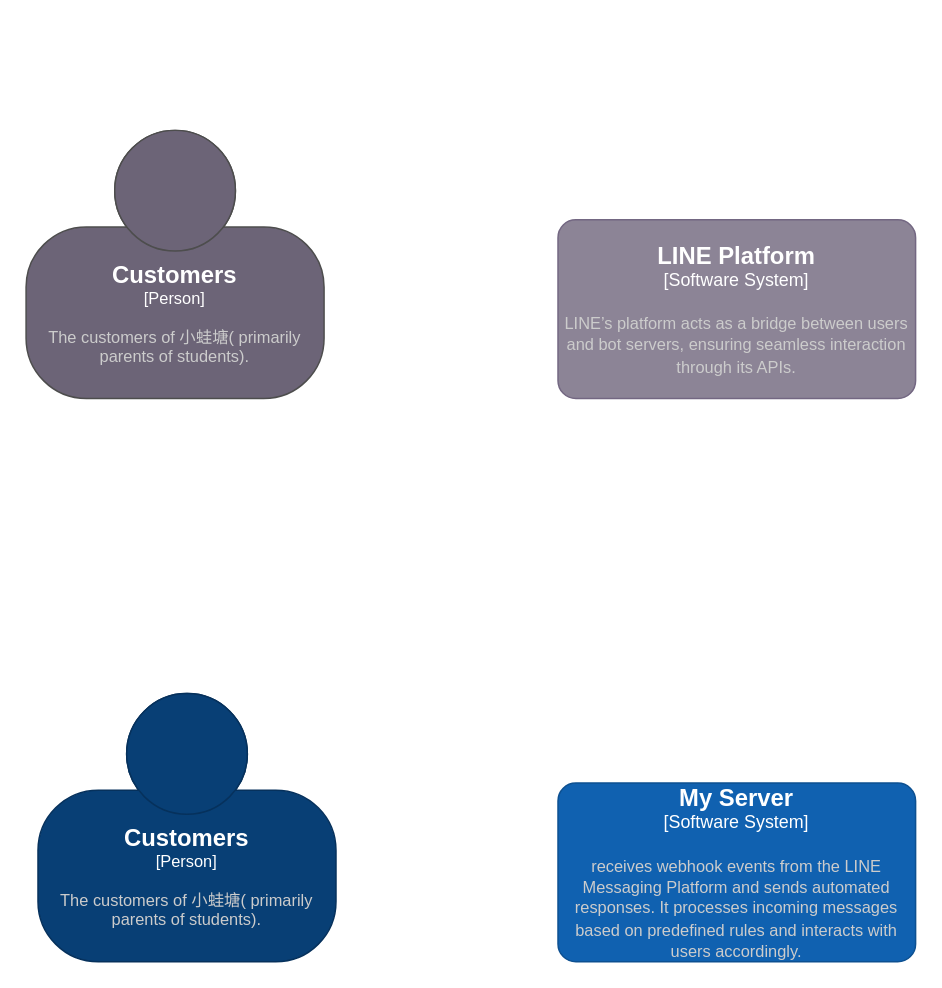
HananiahKao/C4Graphic keeps this draw.io diagram as C4GraphicOfLINEBotServer.drawio. Above is the earlier version. Source tidied: cells renumbered, new cells numbered last; positions are measured from the earlier drawing's top-left corner, leaving out a move shared by most shapes. Both pictures are drawn from the tidied source at 149%, with x=0, y=0 at pixel (25, 130).
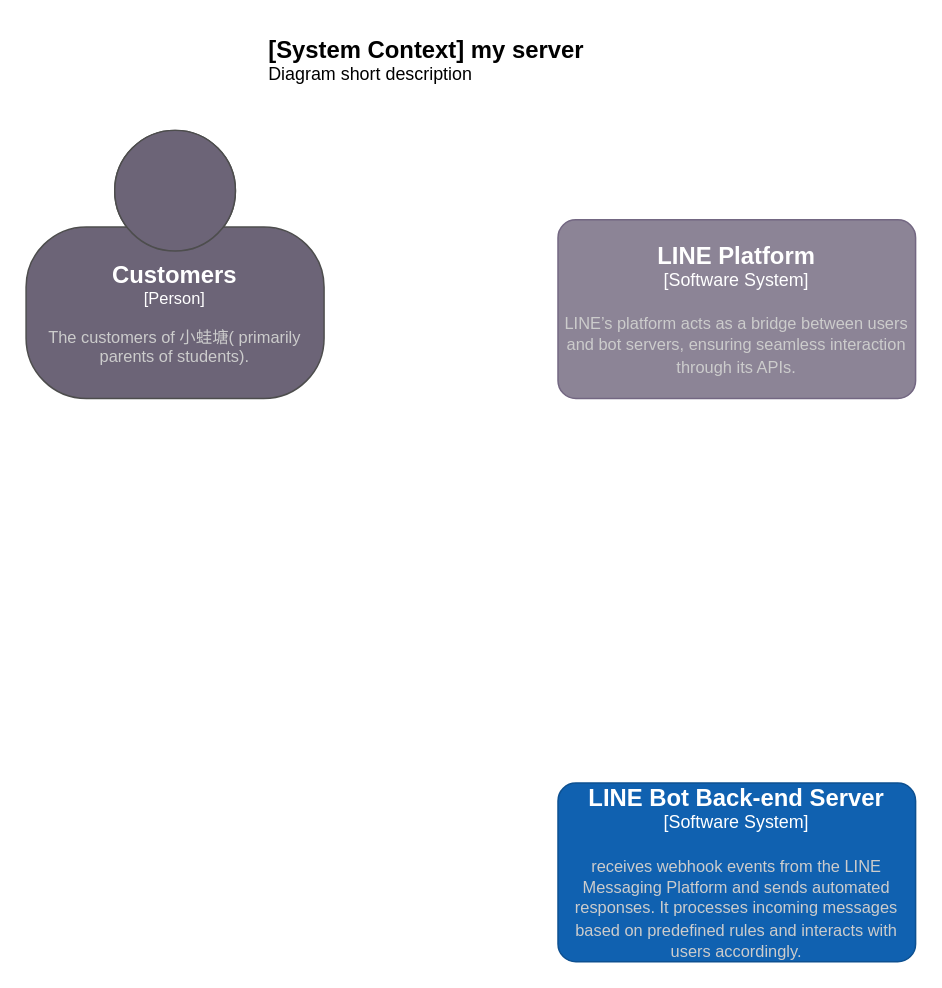
The same page after the edit.

What changed in the source:
```diff
@@
 <mxGraphModel>
   <root>
     <mxCell id="0" />
     <mxCell id="1" parent="0" />
-    <object id="2" label="&lt;font style=&quot;font-size: 16px&quot;&gt;&lt;b&gt;%c4Name%&lt;/b&gt;&lt;/font&gt;&lt;div&gt;[%c4Type%]&lt;/div&gt;&lt;br&gt;&lt;div&gt;&lt;font style=&quot;font-size: 11px&quot;&gt;&lt;font color=&quot;#cccccc&quot;&gt;%c4Description%&lt;/font&gt;&lt;/div&gt;" c4Description="The customers of 小蛙塘( primarily parents of students)." c4Name="Customers" c4Type="Person" placeholders="1">
-      <mxCell style="html=1;fontSize=11;dashed=0;whiteSpace=wrap;fillColor=#083F75;strokeColor=#06315C;fontColor=#ffffff;shape=mxgraph.c4.person2;align=center;" parent="1" vertex="1">
-        <mxGeometry x="8" y="378" width="200" height="180" as="geometry" />
-      </mxCell>
-    </object>
     <object id="3" label="&lt;font style=&quot;font-size: 16px&quot;&gt;&lt;b&gt;%c4Name%&lt;/b&gt;&lt;/font&gt;&lt;div&gt;[%c4Type%]&lt;/div&gt;&lt;br&gt;&lt;div&gt;&lt;font style=&quot;font-size: 11px&quot;&gt;&lt;font color=&quot;#cccccc&quot;&gt;%c4Description%&lt;/font&gt;&lt;/div&gt;" c4Description="The customers of 小蛙塘( primarily parents of students)." c4Name="Customers" c4Type="Person" placeholders="1">
       <mxCell style="html=1;fontSize=11;dashed=0;whiteSpace=wrap;fillColor=#6C6477;strokeColor=#4D4D4D;fontColor=#ffffff;shape=mxgraph.c4.person2;align=center;" parent="1" vertex="1">
         <mxGeometry width="200" height="180" as="geometry" />
       </mxCell>
     </object>
     <object id="4" label="&lt;font style=&quot;font-size: 16px&quot;&gt;&lt;b&gt;%c4Name%&lt;/b&gt;&lt;/font&gt;&lt;div&gt;[%c4Type%]&lt;/div&gt;&lt;br&gt;&lt;div&gt;&lt;font style=&quot;font-size: 11px&quot;&gt;&lt;font color=&quot;#cccccc&quot;&gt;%c4Description%&lt;/font&gt;&lt;/div&gt;" c4Description="LINE’s platform acts as a bridge between users and bot servers, ensuring seamless interaction through its APIs." c4Name="LINE Platform" c4Type="Software System" placeholders="1">
       <mxCell style="rounded=1;whiteSpace=wrap;html=1;labelBackgroundColor=none;fillColor=#8C8496;fontColor=#ffffff;align=center;arcSize=10;strokeColor=#736782;" parent="1" vertex="1">
         <mxGeometry x="357" y="60" width="240" height="120" as="geometry" />
       </mxCell>
     </object>
-    <object id="5" label="&lt;font style=&quot;font-size: 16px&quot;&gt;&lt;b&gt;%c4Name%&lt;/b&gt;&lt;/font&gt;&lt;div&gt;[%c4Type%]&lt;/div&gt;&lt;br&gt;&lt;div&gt;&lt;font style=&quot;font-size: 11px&quot;&gt;&lt;font color=&quot;#cccccc&quot;&gt;%c4Description%&lt;/font&gt;&lt;/div&gt;" c4Description="receives webhook events from the LINE Messaging Platform and sends automated responses. It processes incoming messages based on predefined rules and interacts with users accordingly." c4Name="My Server" c4Type="Software System" placeholders="1">
+    <object id="5" label="&lt;font style=&quot;font-size: 16px&quot;&gt;&lt;b&gt;%c4Name%&lt;/b&gt;&lt;/font&gt;&lt;div&gt;[%c4Type%]&lt;/div&gt;&lt;br&gt;&lt;div&gt;&lt;font style=&quot;font-size: 11px&quot;&gt;&lt;font color=&quot;#cccccc&quot;&gt;%c4Description%&lt;/font&gt;&lt;/div&gt;" c4Description="receives webhook events from the LINE Messaging Platform and sends automated responses. It processes incoming messages based on predefined rules and interacts with users accordingly." c4Name="LINE Bot Back-end Server" c4Type="Software System" placeholders="1">
       <mxCell style="rounded=1;whiteSpace=wrap;html=1;labelBackgroundColor=none;fillColor=#1061B0;fontColor=#ffffff;align=center;arcSize=10;strokeColor=#0D5091;" parent="1" vertex="1">
         <mxGeometry x="357" y="438" width="240" height="120" as="geometry" />
       </mxCell>
     </object>
+    <object id="6" label="&lt;font style=&quot;font-size: 16px&quot;&gt;&lt;b&gt;&lt;div style=&quot;text-align: left&quot;&gt;%c4Name%&lt;/div&gt;&lt;/b&gt;&lt;/font&gt;&lt;div style=&quot;text-align: left&quot;&gt;%c4Description%&lt;/div&gt;" c4Description="Diagram short description" c4Name="[System Context] my server" placeholders="1">
+      <mxCell style="text;html=1;strokeColor=none;fillColor=none;align=left;verticalAlign=top;whiteSpace=wrap;rounded=0;" parent="1" vertex="1">
+        <mxGeometry x="161" y="-70" width="260" height="40" as="geometry" />
+      </mxCell>
+    </object>
   </root>
 </mxGraphModel>
```
